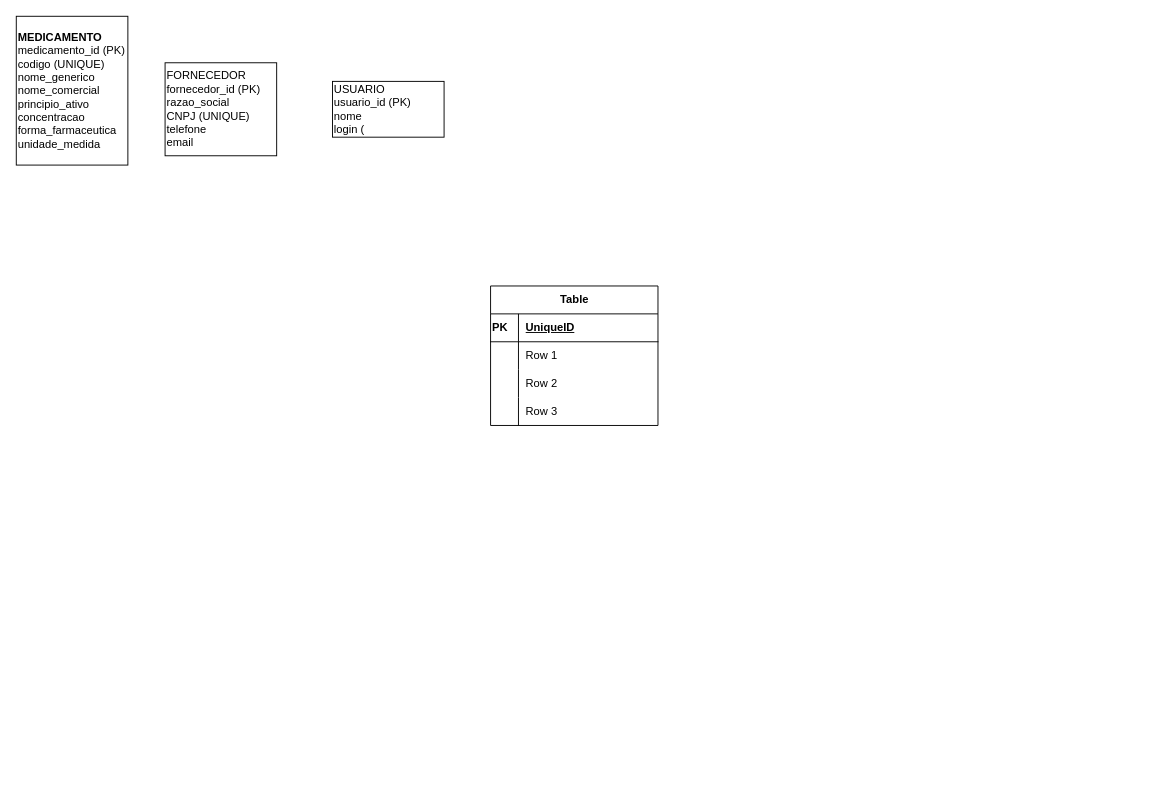
The draw.io diagram Exp Pratica 2.drawio in rayracampos90/Calculo-de-IMC, before the edit. Source tidied: cells renumbered, new cells numbered last; positions are measured from the earlier drawing's top-left corner, leaving out a move shared by most shapes. Both pictures are drawn from the tidied source at 93%, with x=0, y=0 at pixel (16, 16).
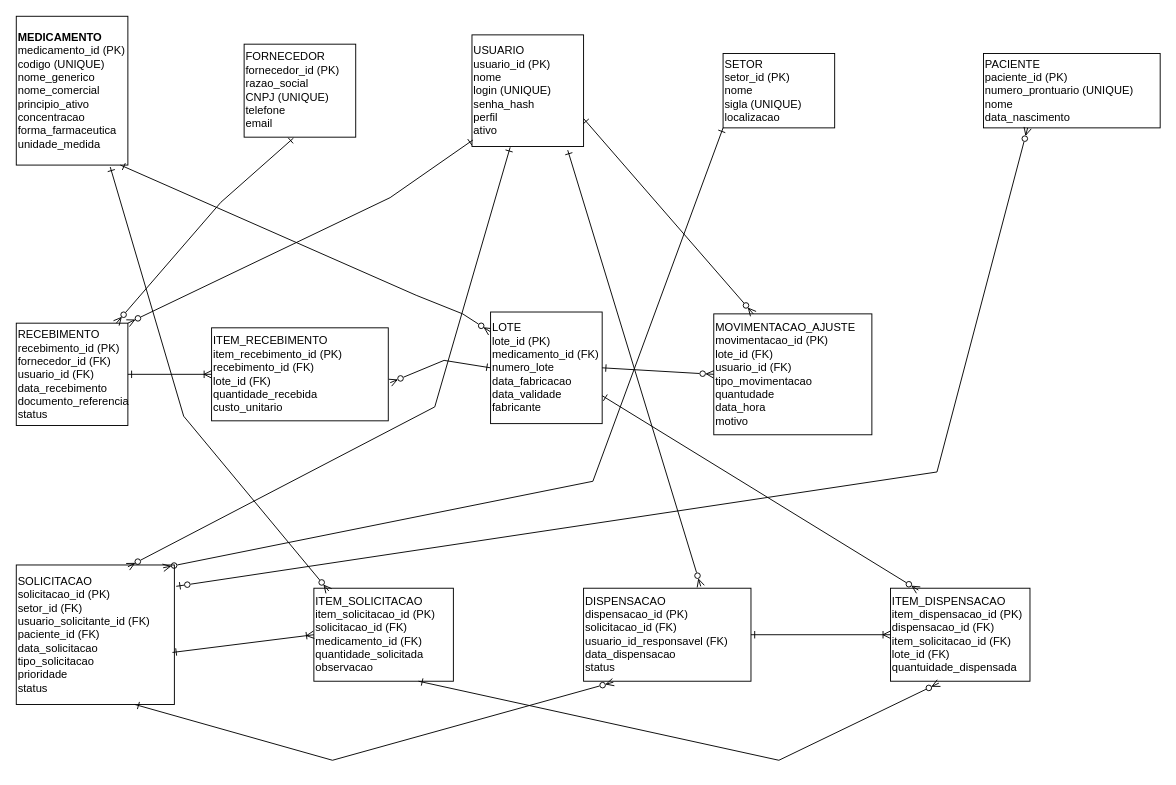
Above is the later version.

Unchanged cells that the change refers to:
```xml
<mxCell id="2" value="&lt;div style=&quot;&quot;&gt;&lt;b style=&quot;background-color: transparent; color: light-dark(#000000, var(--ge-light-color, #ffffff));&quot;&gt;MEDICAMENTO&lt;/b&gt;&lt;/div&gt;&lt;div&gt;medicamento_id (PK)&lt;/div&gt;&lt;div&gt;codigo (UNIQUE)&lt;/div&gt;&lt;div&gt;nome_generico&lt;/div&gt;&lt;div&gt;nome_comercial&lt;/div&gt;&lt;div&gt;principio_ativo&lt;/div&gt;&lt;div&gt;concentracao&lt;/div&gt;&lt;div&gt;forma_farmaceutica&lt;/div&gt;&lt;div&gt;unidade_medida&lt;/div&gt;" style="rounded=0;whiteSpace=wrap;html=1;align=left;" parent="1" vertex="1">
  <mxGeometry width="120" height="160" as="geometry" />
</mxCell>
```

Change to the diagram source:
```diff
@@
-    <mxCell id="3" value="Table" style="shape=table;startSize=30;childLayout=tableLayout;rowLines=0;fontStyle=1;align=center;html=1;rounded=0;strokeColor=default;verticalAlign=middle;fontFamily=Helvetica;fontSize=12;fontColor=default;fillColor=default;" parent="1" vertex="1">
-      <mxGeometry x="510" y="290" width="180" height="150" as="geometry" />
-    </mxCell>
-    <mxCell id="4" style="shape=tableRow;horizontal=0;startSize=0;swimlaneHead=0;swimlaneBody=0;fillColor=none;top=0;left=0;right=0;bottom=1;rounded=0;strokeColor=default;align=left;verticalAlign=middle;fontFamily=Helvetica;fontSize=12;fontColor=default;" parent="3" vertex="1">
-      <mxGeometry y="30" width="180" height="30" as="geometry" />
-    </mxCell>
-    <mxCell id="5" value="PK" style="shape=partialRectangle;fillColor=none;top=0;left=0;bottom=0;right=0;fontStyle=1;overflow=hidden;whiteSpace=wrap;html=1;rounded=0;strokeColor=default;align=left;verticalAlign=middle;fontFamily=Helvetica;fontSize=12;fontColor=default;" parent="4" vertex="1">
-      <mxGeometry width="30" height="30" as="geometry" />
-    </mxCell>
-    <mxCell id="6" value="UniqueID" style="shape=partialRectangle;fillColor=none;top=0;left=0;bottom=0;right=0;align=left;spacingLeft=6;fontStyle=5;overflow=hidden;whiteSpace=wrap;html=1;rounded=0;strokeColor=default;verticalAlign=middle;fontFamily=Helvetica;fontSize=12;fontColor=default;" parent="4" vertex="1">
-      <mxGeometry x="30" width="150" height="30" as="geometry" />
-    </mxCell>
-    <mxCell id="7" style="shape=tableRow;horizontal=0;startSize=0;swimlaneHead=0;swimlaneBody=0;fillColor=none;top=0;left=0;right=0;bottom=0;rounded=0;strokeColor=default;align=left;verticalAlign=middle;fontFamily=Helvetica;fontSize=12;fontColor=default;" parent="3" vertex="1">
-      <mxGeometry y="60" width="180" height="30" as="geometry" />
-    </mxCell>
-    <mxCell id="8" style="shape=partialRectangle;fillColor=none;top=0;left=0;bottom=0;right=0;overflow=hidden;whiteSpace=wrap;html=1;rounded=0;strokeColor=default;align=left;verticalAlign=middle;fontFamily=Helvetica;fontSize=12;fontColor=default;" parent="7" vertex="1">
-      <mxGeometry width="30" height="30" as="geometry" />
-    </mxCell>
-    <mxCell id="9" value="Row 1" style="shape=partialRectangle;fillColor=none;top=0;left=0;bottom=0;right=0;align=left;spacingLeft=6;overflow=hidden;whiteSpace=wrap;html=1;rounded=0;strokeColor=default;verticalAlign=middle;fontFamily=Helvetica;fontSize=12;fontColor=default;" parent="7" vertex="1">
-      <mxGeometry x="30" width="150" height="30" as="geometry" />
-    </mxCell>
-    <mxCell id="10" style="shape=tableRow;horizontal=0;startSize=0;swimlaneHead=0;swimlaneBody=0;fillColor=none;top=0;left=0;right=0;bottom=0;rounded=0;strokeColor=default;align=left;verticalAlign=middle;fontFamily=Helvetica;fontSize=12;fontColor=default;" parent="3" vertex="1">
-      <mxGeometry y="90" width="180" height="30" as="geometry" />
-    </mxCell>
-    <mxCell id="11" style="shape=partialRectangle;fillColor=none;top=0;left=0;bottom=0;right=0;overflow=hidden;whiteSpace=wrap;html=1;rounded=0;strokeColor=default;align=left;verticalAlign=middle;fontFamily=Helvetica;fontSize=12;fontColor=default;" parent="10" vertex="1">
-      <mxGeometry width="30" height="30" as="geometry" />
-    </mxCell>
-    <mxCell id="12" value="Row 2" style="shape=partialRectangle;fillColor=none;top=0;left=0;bottom=0;right=0;align=left;spacingLeft=6;overflow=hidden;whiteSpace=wrap;html=1;rounded=0;strokeColor=default;verticalAlign=middle;fontFamily=Helvetica;fontSize=12;fontColor=default;" parent="10" vertex="1">
-      <mxGeometry x="30" width="150" height="30" as="geometry" />
-    </mxCell>
-    <mxCell id="13" style="shape=tableRow;horizontal=0;startSize=0;swimlaneHead=0;swimlaneBody=0;fillColor=none;top=0;left=0;right=0;bottom=0;rounded=0;strokeColor=default;align=left;verticalAlign=middle;fontFamily=Helvetica;fontSize=12;fontColor=default;" parent="3" vertex="1">
-      <mxGeometry y="120" width="180" height="30" as="geometry" />
-    </mxCell>
-    <mxCell id="14" style="shape=partialRectangle;fillColor=none;top=0;left=0;bottom=0;right=0;overflow=hidden;whiteSpace=wrap;html=1;rounded=0;strokeColor=default;align=left;verticalAlign=middle;fontFamily=Helvetica;fontSize=12;fontColor=default;" parent="13" vertex="1">
-      <mxGeometry width="30" height="30" as="geometry" />
-    </mxCell>
-    <mxCell id="15" value="Row 3" style="shape=partialRectangle;fillColor=none;top=0;left=0;bottom=0;right=0;align=left;spacingLeft=6;overflow=hidden;whiteSpace=wrap;html=1;rounded=0;strokeColor=default;verticalAlign=middle;fontFamily=Helvetica;fontSize=12;fontColor=default;" parent="13" vertex="1">
-      <mxGeometry x="30" width="150" height="30" as="geometry" />
-    </mxCell>
     <mxCell id="16" value="FORNECEDOR&lt;div&gt;fornecedor_id (PK)&lt;/div&gt;&lt;div&gt;razao_social&lt;/div&gt;&lt;div&gt;CNPJ (UNIQUE)&lt;/div&gt;&lt;div&gt;telefone&lt;/div&gt;&lt;div&gt;email&lt;/div&gt;" style="rounded=0;whiteSpace=wrap;html=1;strokeColor=default;align=left;verticalAlign=middle;fontFamily=Helvetica;fontSize=12;fontColor=default;fillColor=default;" parent="1" vertex="1">
-      <mxGeometry x="160" y="50" width="120" height="100" as="geometry" />
+      <mxGeometry x="245" y="30" width="120" height="100" as="geometry" />
     </mxCell>
-    <mxCell id="17" value="USUARIO&lt;div&gt;usuario_id (PK)&lt;/div&gt;&lt;div&gt;nome&lt;/div&gt;&lt;div&gt;login (&lt;/div&gt;" style="rounded=0;whiteSpace=wrap;html=1;strokeColor=default;align=left;verticalAlign=middle;fontFamily=Helvetica;fontSize=12;fontColor=default;fillColor=default;" parent="1" vertex="1">
-      <mxGeometry x="340" y="70" width="120" height="60" as="geometry" />
+    <mxCell id="17" value="USUARIO&lt;div&gt;usuario_id (PK)&lt;/div&gt;&lt;div&gt;nome&lt;/div&gt;&lt;div&gt;login (UNIQUE)&lt;/div&gt;&lt;div&gt;senha_hash&lt;/div&gt;&lt;div&gt;perfil&lt;/div&gt;&lt;div&gt;ativo&lt;/div&gt;" style="rounded=0;whiteSpace=wrap;html=1;strokeColor=default;align=left;verticalAlign=middle;fontFamily=Helvetica;fontSize=12;fontColor=default;fillColor=default;" parent="1" vertex="1">
+      <mxGeometry x="490" y="20" width="120" height="120" as="geometry" />
     </mxCell>
+    <mxCell id="18" value="SETOR&lt;div&gt;setor_id (PK)&lt;/div&gt;&lt;div&gt;nome&lt;/div&gt;&lt;div&gt;sigla (UNIQUE)&lt;/div&gt;&lt;div&gt;localizacao&lt;/div&gt;" style="rounded=0;whiteSpace=wrap;html=1;strokeColor=default;align=left;verticalAlign=middle;fontFamily=Helvetica;fontSize=12;fontColor=default;fillColor=default;" parent="1" vertex="1">
+      <mxGeometry x="760" y="40" width="120" height="80" as="geometry" />
+    </mxCell>
+    <mxCell id="19" value="PACIENTE&lt;div&gt;paciente_id (PK)&lt;/div&gt;&lt;div&gt;numero_prontuario (UNIQUE)&lt;/div&gt;&lt;div&gt;nome&lt;/div&gt;&lt;div&gt;data_nascimento&lt;/div&gt;" style="rounded=0;whiteSpace=wrap;html=1;strokeColor=default;align=left;verticalAlign=middle;fontFamily=Helvetica;fontSize=12;fontColor=default;fillColor=default;" parent="1" vertex="1">
+      <mxGeometry x="1040" y="40" width="190" height="80" as="geometry" />
+    </mxCell>
+    <mxCell id="20" value="RECEBIMENTO&lt;div&gt;recebimento_id (PK)&lt;/div&gt;&lt;div&gt;fornecedor_id (FK)&lt;/div&gt;&lt;div&gt;usuario_id (FK)&lt;/div&gt;&lt;div&gt;data_recebimento&lt;/div&gt;&lt;div&gt;documento_referencia&lt;/div&gt;&lt;div&gt;status&lt;/div&gt;" style="rounded=0;whiteSpace=wrap;html=1;strokeColor=default;align=left;verticalAlign=middle;fontFamily=Helvetica;fontSize=12;fontColor=default;fillColor=default;" parent="1" vertex="1">
+      <mxGeometry y="330" width="120" height="110" as="geometry" />
+    </mxCell>
+    <mxCell id="21" value="ITEM_RECEBIMENTO&lt;div&gt;item_recebimento_id (PK)&lt;/div&gt;&lt;div&gt;recebimento_id (FK)&lt;/div&gt;&lt;div&gt;lote_id (FK)&lt;/div&gt;&lt;div&gt;quantidade_recebida&lt;/div&gt;&lt;div&gt;custo_unitario&lt;/div&gt;" style="rounded=0;whiteSpace=wrap;html=1;strokeColor=default;align=left;verticalAlign=middle;fontFamily=Helvetica;fontSize=12;fontColor=default;fillColor=default;" parent="1" vertex="1">
+      <mxGeometry x="210" y="335" width="190" height="100" as="geometry" />
+    </mxCell>
+    <mxCell id="22" value="SOLICITACAO&lt;div&gt;solicitacao_id (PK)&lt;/div&gt;&lt;div&gt;setor_id (FK)&lt;/div&gt;&lt;div&gt;usuario_solicitante_id (FK)&lt;/div&gt;&lt;div&gt;paciente_id (FK)&lt;/div&gt;&lt;div&gt;data_solicitacao&lt;/div&gt;&lt;div&gt;tipo_solicitacao&lt;/div&gt;&lt;div&gt;prioridade&lt;/div&gt;&lt;div&gt;status&lt;/div&gt;" style="rounded=0;whiteSpace=wrap;html=1;strokeColor=default;align=left;verticalAlign=middle;fontFamily=Helvetica;fontSize=12;fontColor=default;fillColor=default;" parent="1" vertex="1">
+      <mxGeometry y="590" width="170" height="150" as="geometry" />
+    </mxCell>
+    <mxCell id="23" value="ITEM_SOLICITACAO&lt;div&gt;item_solicitacao_id (PK)&lt;/div&gt;&lt;div&gt;solicitacao_id (FK)&lt;/div&gt;&lt;div&gt;medicamento_id (FK)&lt;/div&gt;&lt;div&gt;quantidade_solicitada&lt;/div&gt;&lt;div&gt;observacao&lt;/div&gt;" style="rounded=0;whiteSpace=wrap;html=1;strokeColor=default;align=left;verticalAlign=middle;fontFamily=Helvetica;fontSize=12;fontColor=default;fillColor=default;" parent="1" vertex="1">
+      <mxGeometry x="320" y="615" width="150" height="100" as="geometry" />
+    </mxCell>
+    <mxCell id="24" value="DISPENSACAO&lt;div&gt;dispensacao_id (PK)&lt;/div&gt;&lt;div&gt;solicitacao_id (FK)&lt;/div&gt;&lt;div&gt;usuario_id_responsavel (FK)&lt;/div&gt;&lt;div&gt;data_dispensacao&lt;/div&gt;&lt;div&gt;status&lt;/div&gt;" style="rounded=0;whiteSpace=wrap;html=1;strokeColor=default;align=left;verticalAlign=middle;fontFamily=Helvetica;fontSize=12;fontColor=default;fillColor=default;" parent="1" vertex="1">
+      <mxGeometry x="610" y="615" width="180" height="100" as="geometry" />
+    </mxCell>
+    <mxCell id="25" value="ITEM_DISPENSACAO&lt;div&gt;item_dispensacao_id (PK)&lt;/div&gt;&lt;div&gt;dispensacao_id (FK)&lt;/div&gt;&lt;div&gt;item_solicitacao_id (FK)&lt;/div&gt;&lt;div&gt;lote_id (FK)&lt;/div&gt;&lt;div&gt;quantuidade_dispensada&lt;/div&gt;" style="rounded=0;whiteSpace=wrap;html=1;strokeColor=default;align=left;verticalAlign=middle;fontFamily=Helvetica;fontSize=12;fontColor=default;fillColor=default;" parent="1" vertex="1">
+      <mxGeometry x="940" y="615" width="150" height="100" as="geometry" />
+    </mxCell>
+    <mxCell id="26" value="MOVIMENTACAO_AJUSTE&lt;div&gt;movimentacao_id (PK)&lt;/div&gt;&lt;div&gt;lote_id (FK)&lt;/div&gt;&lt;div&gt;usuario_id (FK)&lt;/div&gt;&lt;div&gt;tipo_movimentacao&lt;/div&gt;&lt;div&gt;quantudade&lt;/div&gt;&lt;div&gt;data_hora&lt;/div&gt;&lt;div&gt;motivo&lt;/div&gt;" style="rounded=0;whiteSpace=wrap;html=1;strokeColor=default;align=left;verticalAlign=middle;fontFamily=Helvetica;fontSize=12;fontColor=default;fillColor=default;" parent="1" vertex="1">
+      <mxGeometry x="750" y="320" width="170" height="130" as="geometry" />
+    </mxCell>
+    <mxCell id="27" style="endArrow=ERone;html=1;rounded=0;defaultLabelBackgroundColor=page;labelPadding=0 4;entryX=0.442;entryY=1.01;entryDx=0;entryDy=0;entryPerimeter=0;endFill=0;startArrow=ERzeroToMany;startFill=0;" parent="1" edge="1" source="20" target="16">
+      <mxGeometry relative="1" as="geometry">
+        <Array as="points">
+          <mxPoint x="220" y="200" />
+        </Array>
+      </mxGeometry>
+    </mxCell>
+    <mxCell id="28" style="endArrow=ERone;html=1;rounded=0;defaultLabelBackgroundColor=page;labelPadding=0 4;entryX=0.008;entryY=0.942;entryDx=0;entryDy=0;entryPerimeter=0;endFill=0;startArrow=ERzeroToMany;startFill=0;exitX=1;exitY=0;exitDx=0;exitDy=0;" parent="1" edge="1" source="20" target="17">
+      <mxGeometry x="-0.01" relative="1" as="geometry">
+        <Array as="points">
+          <mxPoint x="402" y="195" />
+        </Array>
+      </mxGeometry>
+    </mxCell>
+    <mxCell id="29" style="endArrow=ERone;html=1;rounded=0;defaultLabelBackgroundColor=page;labelPadding=0 4;entryX=0;entryY=0.5;entryDx=0;entryDy=0;endFill=0;startArrow=ERzeroToMany;startFill=0;exitX=1.011;exitY=0.59;exitDx=0;exitDy=0;exitPerimeter=0;" parent="1" edge="1" source="21" target="34">
+      <mxGeometry x="-0.22" relative="1" as="geometry">
+        <Array as="points">
+          <mxPoint x="460" y="370" />
+        </Array>
+      </mxGeometry>
+    </mxCell>
+    <mxCell id="30" style="endArrow=ERone;html=1;rounded=0;defaultLabelBackgroundColor=page;labelPadding=0 4;entryX=0.933;entryY=1;entryDx=0;entryDy=0;endFill=0;startArrow=ERzeroToMany;startFill=0;entryPerimeter=0;" parent="1" edge="1" source="34" target="2">
+      <mxGeometry x="-0.84" relative="1" as="geometry">
+        <Array as="points">
+          <mxPoint x="480" y="320" />
+          <mxPoint x="430" y="300" />
+        </Array>
+      </mxGeometry>
+    </mxCell>
+    <mxCell id="31" style="endArrow=ERone;html=1;rounded=0;defaultLabelBackgroundColor=page;labelPadding=0 4;entryX=0;entryY=1;entryDx=0;entryDy=0;exitX=0.929;exitY=0.02;exitDx=0;exitDy=0;exitPerimeter=0;endFill=0;startArrow=ERzeroToMany;startFill=0;" parent="1" edge="1" source="22" target="18">
+      <mxGeometry x="0.26" relative="1" as="geometry">
+        <Array as="points">
+          <mxPoint x="620" y="500" />
+        </Array>
+      </mxGeometry>
+    </mxCell>
+    <mxCell id="32" style="endArrow=none;html=1;rounded=0;defaultLabelBackgroundColor=page;labelPadding=0 4;" parent="1" edge="1" source="34">
+      <mxGeometry relative="1" as="geometry">
+        <mxPoint x="600" y="330" as="targetPoint" />
+      </mxGeometry>
+    </mxCell>
+    <mxCell id="33" style="endArrow=none;html=1;rounded=0;defaultLabelBackgroundColor=page;labelPadding=0 4;" parent="1" edge="1" target="34">
+      <mxGeometry relative="1" as="geometry">
+        <mxPoint x="550" y="380" as="sourcePoint" />
+      </mxGeometry>
+    </mxCell>
+    <mxCell id="34" value="LOTE&lt;div&gt;lote_id (PK)&lt;/div&gt;&lt;div&gt;medicamento_id (FK)&lt;/div&gt;&lt;div&gt;numero_lote&lt;/div&gt;&lt;div&gt;data_fabricacao&lt;/div&gt;&lt;div&gt;data_validade&lt;/div&gt;&lt;div&gt;fabricante&lt;/div&gt;" style="rounded=0;whiteSpace=wrap;html=1;strokeColor=default;align=left;verticalAlign=middle;fontFamily=Helvetica;fontSize=12;fontColor=default;fillColor=default;" parent="1" vertex="1">
+      <mxGeometry x="510" y="318" width="120" height="120" as="geometry" />
+    </mxCell>
+    <mxCell id="35" style="endArrow=ERone;html=1;rounded=0;defaultLabelBackgroundColor=page;labelPadding=0 4;entryX=0.342;entryY=1.008;entryDx=0;entryDy=0;entryPerimeter=0;exitX=0.706;exitY=0.013;exitDx=0;exitDy=0;exitPerimeter=0;endFill=0;startArrow=ERzeroToMany;startFill=0;" parent="1" edge="1" source="22" target="17">
+      <mxGeometry x="0.41" relative="1" as="geometry">
+        <Array as="points">
+          <mxPoint x="450" y="420" />
+        </Array>
+      </mxGeometry>
+    </mxCell>
+    <mxCell id="36" style="endArrow=ERoneToMany;html=1;rounded=0;defaultLabelBackgroundColor=page;labelPadding=0 4;entryX=0;entryY=0.5;entryDx=0;entryDy=0;exitX=1;exitY=0.5;exitDx=0;exitDy=0;startArrow=ERone;startFill=0;endFill=0;" parent="1" edge="1" source="20" target="21">
+      <mxGeometry relative="1" as="geometry" />
+    </mxCell>
+    <mxCell id="37" style="endArrow=ERzeroToMany;html=1;rounded=0;defaultLabelBackgroundColor=page;labelPadding=0 4;entryX=0.25;entryY=1;entryDx=0;entryDy=0;exitX=1.012;exitY=0.153;exitDx=0;exitDy=0;exitPerimeter=0;endFill=0;startArrow=ERzeroToOne;startFill=0;" parent="1" edge="1" source="22" target="19">
+      <mxGeometry x="0.57" relative="1" as="geometry">
+        <Array as="points">
+          <mxPoint x="990" y="490" />
+        </Array>
+      </mxGeometry>
+    </mxCell>
+    <mxCell id="38" style="endArrow=ERoneToMany;html=1;rounded=0;defaultLabelBackgroundColor=page;labelPadding=0 4;entryX=0;entryY=0.5;entryDx=0;entryDy=0;exitX=0.988;exitY=0.627;exitDx=0;exitDy=0;exitPerimeter=0;startArrow=ERone;startFill=0;endFill=0;" parent="1" edge="1" source="22" target="23">
+      <mxGeometry relative="1" as="geometry" />
+    </mxCell>
+    <mxCell id="39" style="endArrow=ERone;html=1;rounded=0;defaultLabelBackgroundColor=page;labelPadding=0 4;entryX=0.842;entryY=1.013;entryDx=0;entryDy=0;entryPerimeter=0;exitX=0.107;exitY=0.03;exitDx=0;exitDy=0;exitPerimeter=0;endFill=0;startArrow=ERzeroToMany;startFill=0;" parent="1" edge="1" source="23" target="2">
+      <mxGeometry x="0.35" relative="1" as="geometry">
+        <Array as="points">
+          <mxPoint x="180" y="430" />
+        </Array>
+      </mxGeometry>
+    </mxCell>
+    <mxCell id="40" style="endArrow=ERzeroToMany;html=1;rounded=0;defaultLabelBackgroundColor=page;labelPadding=0 4;exitX=0.75;exitY=1;exitDx=0;exitDy=0;entryX=0.178;entryY=1.01;entryDx=0;entryDy=0;entryPerimeter=0;startArrow=ERone;startFill=0;endFill=0;" parent="1" edge="1" source="22" target="24">
+      <mxGeometry x="-0.43" relative="1" as="geometry">
+        <Array as="points">
+          <mxPoint x="340" y="800" />
+        </Array>
+      </mxGeometry>
+    </mxCell>
+    <mxCell id="41" style="endArrow=ERone;html=1;rounded=0;defaultLabelBackgroundColor=page;labelPadding=0 4;entryX=0.858;entryY=1.033;entryDx=0;entryDy=0;entryPerimeter=0;exitX=0.7;exitY=-0.02;exitDx=0;exitDy=0;exitPerimeter=0;endFill=0;startArrow=ERzeroToMany;startFill=0;" parent="1" edge="1" source="24" target="17">
+      <mxGeometry relative="1" as="geometry" />
+    </mxCell>
+    <mxCell id="42" style="endArrow=ERoneToMany;html=1;rounded=0;defaultLabelBackgroundColor=page;labelPadding=0 4;exitX=1;exitY=0.5;exitDx=0;exitDy=0;entryX=0;entryY=0.5;entryDx=0;entryDy=0;startArrow=ERone;startFill=0;endFill=0;" parent="1" edge="1" source="24" target="25">
+      <mxGeometry relative="1" as="geometry" />
+    </mxCell>
+    <mxCell id="43" style="endArrow=ERzeroToMany;html=1;rounded=0;defaultLabelBackgroundColor=page;labelPadding=0 4;entryX=0.347;entryY=1.02;entryDx=0;entryDy=0;entryPerimeter=0;exitX=0.75;exitY=1;exitDx=0;exitDy=0;endFill=0;startArrow=ERone;startFill=0;" parent="1" edge="1" source="23" target="25">
+      <mxGeometry x="0.38" relative="1" as="geometry">
+        <Array as="points">
+          <mxPoint x="820" y="800" />
+        </Array>
+      </mxGeometry>
+    </mxCell>
+    <mxCell id="44" style="endArrow=ERzeroToMany;html=1;rounded=0;defaultLabelBackgroundColor=page;labelPadding=0 4;entryX=0.2;entryY=0.02;entryDx=0;entryDy=0;entryPerimeter=0;exitX=1;exitY=0.75;exitDx=0;exitDy=0;startArrow=ERone;startFill=0;endFill=0;" parent="1" edge="1" source="34" target="25">
+      <mxGeometry relative="1" as="geometry" />
+    </mxCell>
+    <mxCell id="45" style="endArrow=ERzeroToMany;html=1;rounded=0;defaultLabelBackgroundColor=page;labelPadding=0 4;entryX=0;entryY=0.5;entryDx=0;entryDy=0;exitX=1;exitY=0.5;exitDx=0;exitDy=0;startArrow=ERone;startFill=0;endFill=0;" parent="1" edge="1" source="34" target="26">
+      <mxGeometry relative="1" as="geometry" />
+    </mxCell>
+    <mxCell id="46" style="endArrow=ERone;html=1;rounded=0;defaultLabelBackgroundColor=page;labelPadding=0 4;entryX=1;entryY=0.75;entryDx=0;entryDy=0;exitX=0.25;exitY=0;exitDx=0;exitDy=0;endFill=0;startArrow=ERzeroToMany;startFill=0;" parent="1" edge="1" source="26" target="17">
+      <mxGeometry relative="1" as="geometry" />
+    </mxCell>
```
